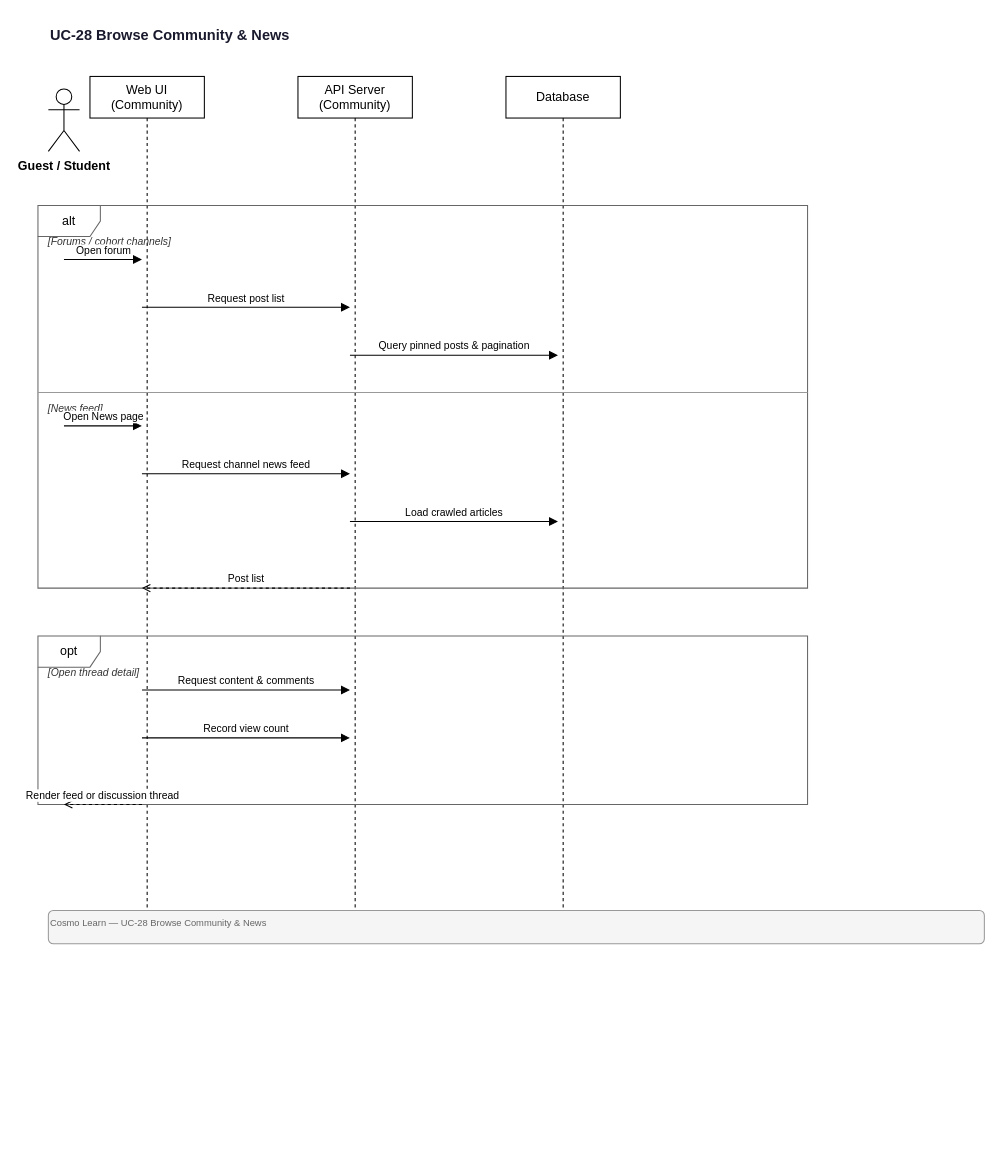
Before: docs/diagrams/sequence/UC-28-Browse-Community.drawio in quangg1/ASTRO_EDU, a draw.io diagram. Source tidied: cells renumbered, new cells numbered last; positions are measured from the earlier drawing's top-left corner, leaving out a move shared by most shapes. Both pictures are drawn from the tidied source at 104%, with x=0, y=0 at pixel (37, 18).
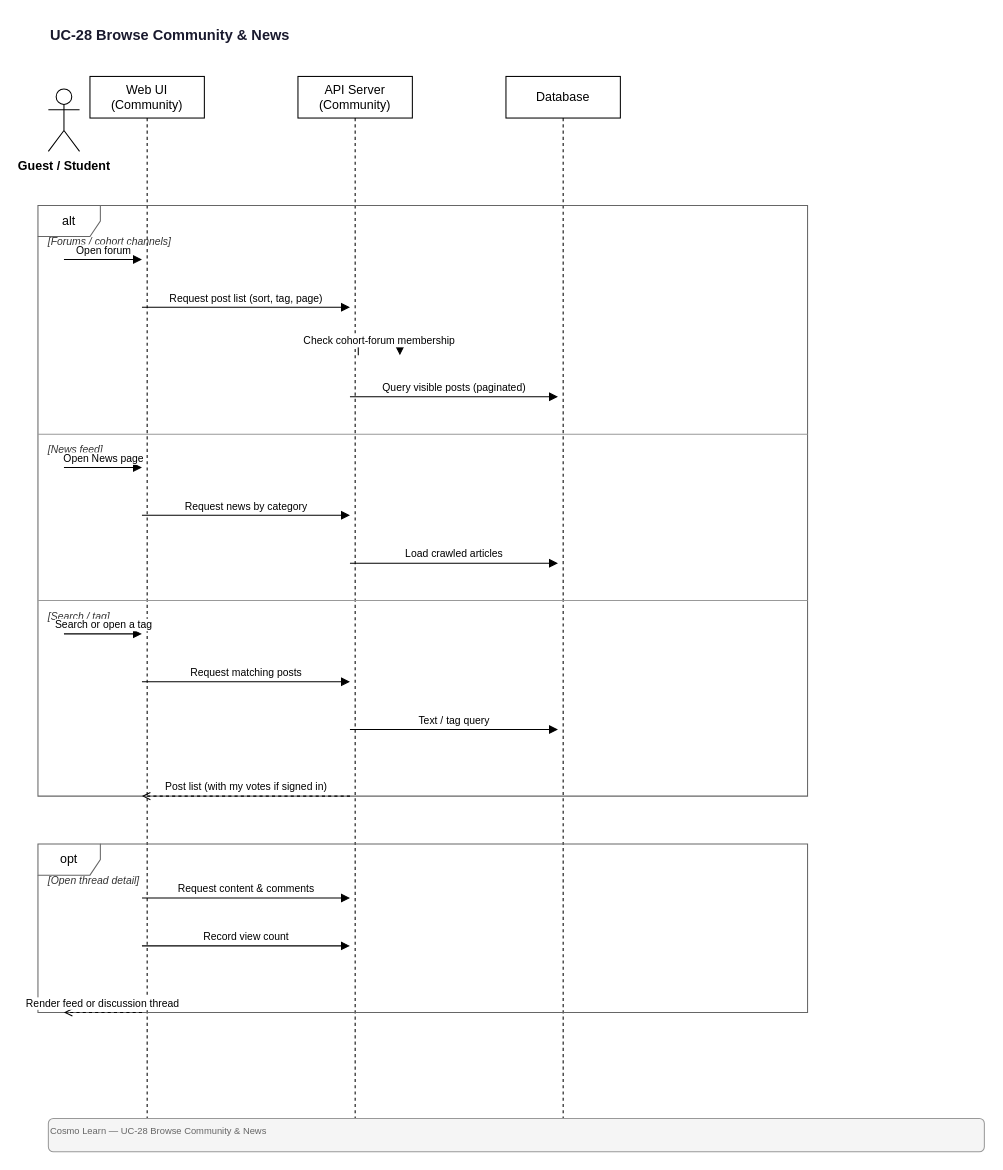
After the change.

Diff of the diagram source:
```diff
@@
     <mxCell id="4" value="Web UI (Community)" style="shape=umlLifeline;perimeter=lifelinePerimeter;whiteSpace=wrap;html=1;size=40;" parent="1" vertex="1">
-      <mxGeometry x="50" y="56" width="110" height="804" as="geometry" />
+      <mxGeometry x="50" y="56" width="110" height="1004" as="geometry" />
     </mxCell>
     <mxCell id="5" value="API Server (Community)" style="shape=umlLifeline;perimeter=lifelinePerimeter;whiteSpace=wrap;html=1;size=40;" parent="1" vertex="1">
-      <mxGeometry x="250" y="56" width="110" height="804" as="geometry" />
+      <mxGeometry x="250" y="56" width="110" height="1004" as="geometry" />
     </mxCell>
     <mxCell id="6" value="Database" style="shape=umlLifeline;perimeter=lifelinePerimeter;whiteSpace=wrap;html=1;size=40;" parent="1" vertex="1">
-      <mxGeometry x="450" y="56" width="110" height="804" as="geometry" />
+      <mxGeometry x="450" y="56" width="110" height="1004" as="geometry" />
     </mxCell>
     <mxCell id="7" value="alt" style="shape=umlFrame;whiteSpace=wrap;html=1;fillColor=none;strokeColor=#666666;" parent="1" vertex="1">
-      <mxGeometry y="180" width="740" height="368" as="geometry" />
+      <mxGeometry y="180" width="740" height="568" as="geometry" />
     </mxCell>
@@
-    <mxCell id="10" value="Request post list" style="endArrow=block;endFill=1;html=1;fontSize=10;verticalAlign=bottom;" parent="1" edge="1">
+    <mxCell id="10" value="Request post list (sort, tag, page)" style="endArrow=block;endFill=1;html=1;fontSize=10;verticalAlign=bottom;" parent="1" edge="1">
       <mxGeometry relative="1" as="geometry">
         <mxPoint x="100" y="278" as="sourcePoint" />
         <mxPoint x="300" y="278" as="targetPoint" />
       </mxGeometry>
     </mxCell>
-    <mxCell id="11" value="Query pinned posts &amp; pagination" style="endArrow=block;endFill=1;html=1;fontSize=10;verticalAlign=bottom;" parent="1" edge="1">
+    <mxCell id="11" value="Check cohort-forum membership" style="endArrow=block;endFill=1;html=1;fontSize=10;edgeStyle=orthogonalEdgeStyle;rounded=0;" parent="1" edge="1">
       <mxGeometry relative="1" as="geometry">
-        <mxPoint x="300" y="324" as="sourcePoint" />
-        <mxPoint x="500" y="324" as="targetPoint" />
+        <mxPoint x="308" y="324" as="sourcePoint" />
+        <mxPoint x="348" y="324" as="targetPoint" />
+        <Array as="points">
+          <mxPoint x="348" y="310" />
+          <mxPoint x="308" y="310" />
+        </Array>
       </mxGeometry>
     </mxCell>
-    <mxCell id="12" value="[News feed]" style="text;html=1;strokeColor=none;fillColor=none;align=left;verticalAlign=middle;fontSize=10;fontStyle=2;fontColor=#333333;" parent="1" vertex="1">
-      <mxGeometry x="8" y="366" width="724" height="18" as="geometry" />
+    <mxCell id="12" value="Query visible posts (paginated)" style="endArrow=block;endFill=1;html=1;fontSize=10;verticalAlign=bottom;" parent="1" edge="1">
+      <mxGeometry relative="1" as="geometry">
+        <mxPoint x="300" y="364" as="sourcePoint" />
+        <mxPoint x="500" y="364" as="targetPoint" />
+      </mxGeometry>
     </mxCell>
-    <mxCell id="13" style="endArrow=none;html=1;strokeWidth=1;strokeColor=#999999;" parent="1" edge="1">
-      <mxGeometry relative="1" as="geometry">
-        <mxPoint y="360" as="sourcePoint" />
-        <mxPoint x="740" y="360" as="targetPoint" />
-      </mxGeometry>
+    <mxCell id="13" value="[News feed]" style="text;html=1;strokeColor=none;fillColor=none;align=left;verticalAlign=middle;fontSize=10;fontStyle=2;fontColor=#333333;" parent="1" vertex="1">
+      <mxGeometry x="8" y="406" width="724" height="18" as="geometry" />
     </mxCell>
-    <mxCell id="14" value="Open News page" style="endArrow=block;endFill=1;html=1;fontSize=10;verticalAlign=bottom;" parent="1" edge="1">
+    <mxCell id="14" style="endArrow=none;html=1;strokeWidth=1;strokeColor=#999999;" parent="1" edge="1">
       <mxGeometry relative="1" as="geometry">
-        <mxPoint x="25" y="392" as="sourcePoint" />
-        <mxPoint x="100" y="392" as="targetPoint" />
+        <mxPoint y="400" as="sourcePoint" />
+        <mxPoint x="740" y="400" as="targetPoint" />
       </mxGeometry>
     </mxCell>
-    <mxCell id="15" value="Request channel news feed" style="endArrow=block;endFill=1;html=1;fontSize=10;verticalAlign=bottom;" parent="1" edge="1">
+    <mxCell id="15" value="Open News page" style="endArrow=block;endFill=1;html=1;fontSize=10;verticalAlign=bottom;" parent="1" edge="1">
       <mxGeometry relative="1" as="geometry">
-        <mxPoint x="100" y="438" as="sourcePoint" />
-        <mxPoint x="300" y="438" as="targetPoint" />
+        <mxPoint x="25" y="432" as="sourcePoint" />
+        <mxPoint x="100" y="432" as="targetPoint" />
       </mxGeometry>
     </mxCell>
-    <mxCell id="16" value="Load crawled articles" style="endArrow=block;endFill=1;html=1;fontSize=10;verticalAlign=bottom;" parent="1" edge="1">
+    <mxCell id="16" value="Request news by category" style="endArrow=block;endFill=1;html=1;fontSize=10;verticalAlign=bottom;" parent="1" edge="1">
       <mxGeometry relative="1" as="geometry">
-        <mxPoint x="300" y="484" as="sourcePoint" />
-        <mxPoint x="500" y="484" as="targetPoint" />
+        <mxPoint x="100" y="478" as="sourcePoint" />
+        <mxPoint x="300" y="478" as="targetPoint" />
       </mxGeometry>
     </mxCell>
-    <mxCell id="17" value="Post list" style="endArrow=open;endFill=0;html=1;dashed=1;fontSize=10;verticalAlign=bottom;" parent="1" edge="1">
+    <mxCell id="17" value="Load crawled articles" style="endArrow=block;endFill=1;html=1;fontSize=10;verticalAlign=bottom;" parent="1" edge="1">
       <mxGeometry relative="1" as="geometry">
-        <mxPoint x="300" y="548" as="sourcePoint" />
-        <mxPoint x="100" y="548" as="targetPoint" />
+        <mxPoint x="300" y="524" as="sourcePoint" />
+        <mxPoint x="500" y="524" as="targetPoint" />
       </mxGeometry>
     </mxCell>
-    <mxCell id="18" value="opt" style="shape=umlFrame;whiteSpace=wrap;html=1;fillColor=none;strokeColor=#666666;" parent="1" vertex="1">
-      <mxGeometry y="594" width="740" height="162" as="geometry" />
+    <mxCell id="18" value="[Search / tag]" style="text;html=1;strokeColor=none;fillColor=none;align=left;verticalAlign=middle;fontSize=10;fontStyle=2;fontColor=#333333;" parent="1" vertex="1">
+      <mxGeometry x="8" y="566" width="724" height="18" as="geometry" />
     </mxCell>
-    <mxCell id="19" value="[Open thread detail]" style="text;html=1;strokeColor=none;fillColor=none;align=left;verticalAlign=middle;fontSize=10;fontStyle=2;fontColor=#333333;" parent="1" vertex="1">
-      <mxGeometry x="8" y="620" width="724" height="18" as="geometry" />
+    <mxCell id="19" style="endArrow=none;html=1;strokeWidth=1;strokeColor=#999999;" parent="1" edge="1">
+      <mxGeometry relative="1" as="geometry">
+        <mxPoint y="560" as="sourcePoint" />
+        <mxPoint x="740" y="560" as="targetPoint" />
+      </mxGeometry>
     </mxCell>
-    <mxCell id="20" value="Request content &amp; comments" style="endArrow=block;endFill=1;html=1;fontSize=10;verticalAlign=bottom;" parent="1" edge="1">
+    <mxCell id="20" value="Search or open a tag" style="endArrow=block;endFill=1;html=1;fontSize=10;verticalAlign=bottom;" parent="1" edge="1">
       <mxGeometry relative="1" as="geometry">
-        <mxPoint x="100" y="646" as="sourcePoint" />
-        <mxPoint x="300" y="646" as="targetPoint" />
+        <mxPoint x="25" y="592" as="sourcePoint" />
+        <mxPoint x="100" y="592" as="targetPoint" />
       </mxGeometry>
     </mxCell>
-    <mxCell id="21" value="Record view count" style="endArrow=block;endFill=1;html=1;fontSize=10;verticalAlign=bottom;" parent="1" edge="1">
+    <mxCell id="21" value="Request matching posts" style="endArrow=block;endFill=1;html=1;fontSize=10;verticalAlign=bottom;" parent="1" edge="1">
       <mxGeometry relative="1" as="geometry">
-        <mxPoint x="100" y="692" as="sourcePoint" />
-        <mxPoint x="300" y="692" as="targetPoint" />
+        <mxPoint x="100" y="638" as="sourcePoint" />
+        <mxPoint x="300" y="638" as="targetPoint" />
       </mxGeometry>
     </mxCell>
-    <mxCell id="22" value="Render feed or discussion thread" style="endArrow=open;endFill=0;html=1;dashed=1;fontSize=10;verticalAlign=bottom;" parent="1" edge="1">
+    <mxCell id="22" value="Text / tag query" style="endArrow=block;endFill=1;html=1;fontSize=10;verticalAlign=bottom;" parent="1" edge="1">
       <mxGeometry relative="1" as="geometry">
-        <mxPoint x="100" y="756" as="sourcePoint" />
-        <mxPoint x="25" y="756" as="targetPoint" />
+        <mxPoint x="300" y="684" as="sourcePoint" />
+        <mxPoint x="500" y="684" as="targetPoint" />
       </mxGeometry>
     </mxCell>
-    <mxCell id="23" value="Cosmo Learn — UC-28 Browse Community &amp; News" style="text;html=1;strokeColor=#999;fillColor=#f5f5f5;align=left;verticalAlign=top;fontSize=9;fontColor=#666;rounded=1;" parent="1" vertex="1">
-      <mxGeometry x="10" y="858" width="900" height="32" as="geometry" />
+    <mxCell id="23" value="Post list (with my votes if signed in)" style="endArrow=open;endFill=0;html=1;dashed=1;fontSize=10;verticalAlign=bottom;" parent="1" edge="1">
+      <mxGeometry relative="1" as="geometry">
+        <mxPoint x="300" y="748" as="sourcePoint" />
+        <mxPoint x="100" y="748" as="targetPoint" />
+      </mxGeometry>
     </mxCell>
+    <mxCell id="24" value="opt" style="shape=umlFrame;whiteSpace=wrap;html=1;fillColor=none;strokeColor=#666666;" parent="1" vertex="1">
+      <mxGeometry y="794" width="740" height="162" as="geometry" />
+    </mxCell>
+    <mxCell id="25" value="[Open thread detail]" style="text;html=1;strokeColor=none;fillColor=none;align=left;verticalAlign=middle;fontSize=10;fontStyle=2;fontColor=#333333;" parent="1" vertex="1">
+      <mxGeometry x="8" y="820" width="724" height="18" as="geometry" />
+    </mxCell>
+    <mxCell id="26" value="Request content &amp; comments" style="endArrow=block;endFill=1;html=1;fontSize=10;verticalAlign=bottom;" parent="1" edge="1">
+      <mxGeometry relative="1" as="geometry">
+        <mxPoint x="100" y="846" as="sourcePoint" />
+        <mxPoint x="300" y="846" as="targetPoint" />
+      </mxGeometry>
+    </mxCell>
+    <mxCell id="27" value="Record view count" style="endArrow=block;endFill=1;html=1;fontSize=10;verticalAlign=bottom;" parent="1" edge="1">
+      <mxGeometry relative="1" as="geometry">
+        <mxPoint x="100" y="892" as="sourcePoint" />
+        <mxPoint x="300" y="892" as="targetPoint" />
+      </mxGeometry>
+    </mxCell>
+    <mxCell id="28" value="Render feed or discussion thread" style="endArrow=open;endFill=0;html=1;dashed=1;fontSize=10;verticalAlign=bottom;" parent="1" edge="1">
+      <mxGeometry relative="1" as="geometry">
+        <mxPoint x="100" y="956" as="sourcePoint" />
+        <mxPoint x="25" y="956" as="targetPoint" />
+      </mxGeometry>
+    </mxCell>
+    <mxCell id="29" value="Cosmo Learn — UC-28 Browse Community &amp; News" style="text;html=1;strokeColor=#999;fillColor=#f5f5f5;align=left;verticalAlign=top;fontSize=9;fontColor=#666;rounded=1;" parent="1" vertex="1">
+      <mxGeometry x="10" y="1058" width="900" height="32" as="geometry" />
+    </mxCell>
```
